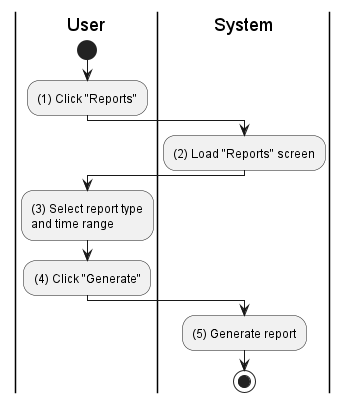
phihungha/scmss-reqs keeps this PlantUML diagram as activities/report-generate.png. Above is the earlier version. The source it was exported from:
```plantuml
@startuml report-generate
|u|User
|s|System

|u|
start
:(1) Click "Reports";

|s|
:(2) Load "Reports" screen;

|u|
:(3) Select report type\nand time range;
:(4) Click "Generate";

|s|
:(5) Generate report;
stop
@enduml
```
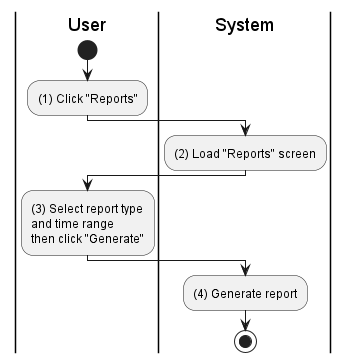
After the commit.

Commit message:
Remove unnecessary report step

Change to the diagram source:
```diff
@@ -10,10 +10,9 @@
 :(2) Load "Reports" screen;
 
 |u|
-:(3) Select report type\nand time range;
-:(4) Click "Generate";
+:(3) Select report type\nand time range\nthen click "Generate";
 
 |s|
-:(5) Generate report;
+:(4) Generate report;
 stop
 @enduml
```
